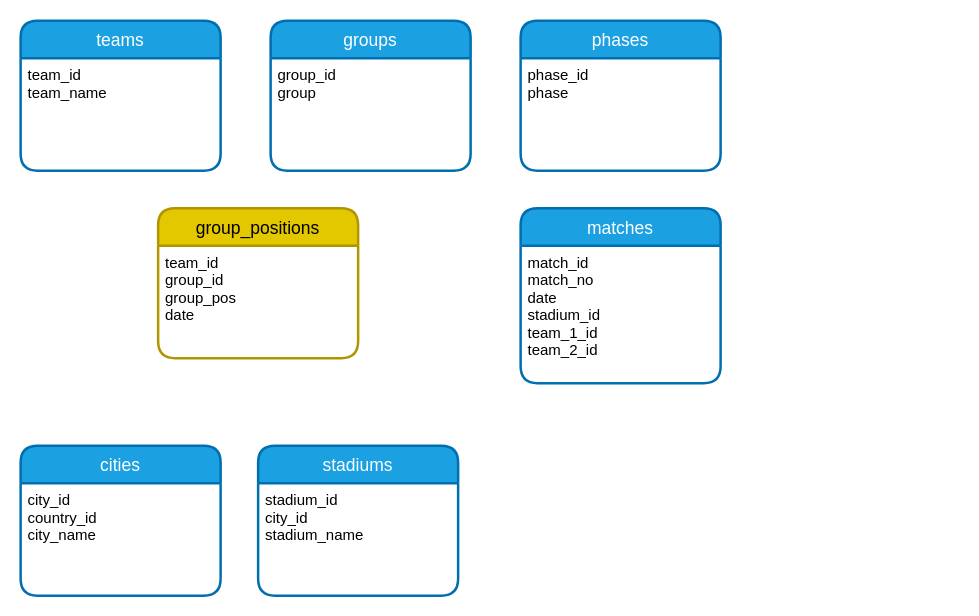
r3card0/WorldCup2022 keeps this draw.io diagram as qatar2022.drawio. Above is the earlier version. Source tidied: cells renumbered, new cells numbered last; positions are measured from the earlier drawing's top-left corner, leaving out a move shared by most shapes. Both pictures are drawn from the tidied source at 125%, with x=0, y=0 at pixel (20, 20).
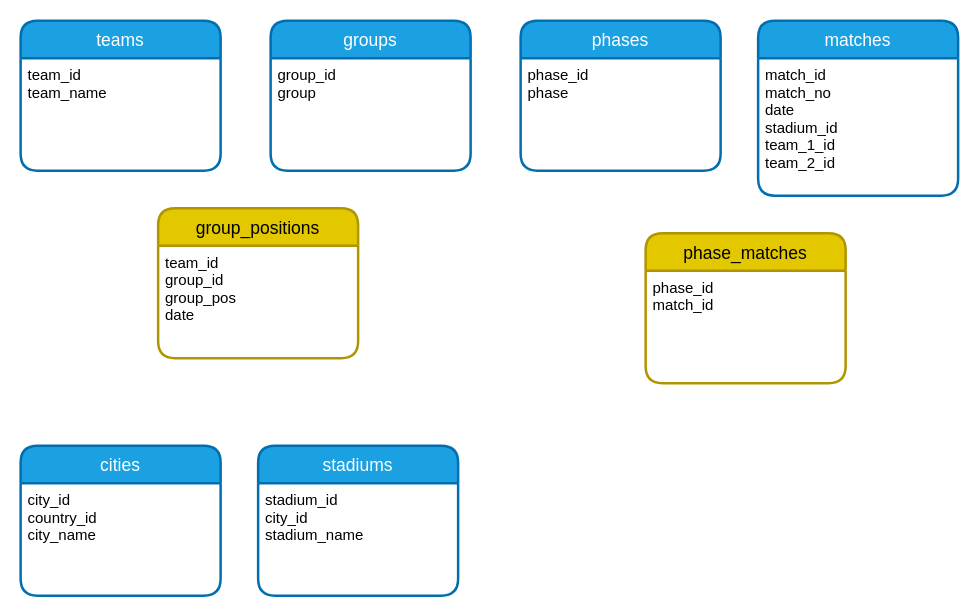
Above is the later version.

Commit message:
added phase_matches

Diff of the diagram source:
```diff
@@
 <mxGraphModel>
   <root>
     <mxCell id="0" />
     <mxCell id="1" parent="0" />
     <mxCell id="2" value="teams" style="swimlane;horizontal=1;startSize=30;rounded=1;fontSize=14;fontStyle=0;strokeWidth=2;shadow=0;dashed=0;align=center;fillColor=#1ba1e2;fontColor=#ffffff;strokeColor=#006EAF;" parent="1" vertex="1">
       <mxGeometry width="160" height="120" as="geometry" />
     </mxCell>
     <mxCell id="3" value="team_id&#10;team_name" style="align=left;strokeColor=none;fillColor=none;spacingLeft=4;fontSize=12;verticalAlign=top;" parent="2" vertex="1">
       <mxGeometry y="30" width="160" height="90" as="geometry" />
     </mxCell>
     <mxCell id="4" value="groups" style="swimlane;horizontal=1;startSize=30;rounded=1;fontSize=14;fontStyle=0;strokeWidth=2;shadow=0;dashed=0;align=center;fillColor=#1ba1e2;fontColor=#ffffff;strokeColor=#006EAF;" parent="1" vertex="1">
       <mxGeometry x="200" width="160" height="120" as="geometry" />
     </mxCell>
     <mxCell id="5" value="group_id&#10;group" style="align=left;strokeColor=none;fillColor=none;spacingLeft=4;fontSize=12;verticalAlign=top;" parent="4" vertex="1">
       <mxGeometry y="30" width="160" height="90" as="geometry" />
     </mxCell>
     <mxCell id="6" value="cities" style="swimlane;horizontal=1;startSize=30;rounded=1;fontSize=14;fontStyle=0;strokeWidth=2;shadow=0;dashed=0;align=center;fillColor=#1ba1e2;fontColor=#ffffff;strokeColor=#006EAF;" parent="1" vertex="1">
       <mxGeometry y="340" width="160" height="120" as="geometry" />
     </mxCell>
     <mxCell id="7" value="city_id&#10;country_id&#10;city_name" style="align=left;strokeColor=none;fillColor=none;spacingLeft=4;fontSize=12;verticalAlign=top;" parent="6" vertex="1">
       <mxGeometry y="30" width="160" height="90" as="geometry" />
     </mxCell>
     <mxCell id="8" value="stadiums" style="swimlane;horizontal=1;startSize=30;rounded=1;fontSize=14;fontStyle=0;strokeWidth=2;shadow=0;dashed=0;align=center;fillColor=#1ba1e2;fontColor=#ffffff;strokeColor=#006EAF;" parent="1" vertex="1">
       <mxGeometry x="190" y="340" width="160" height="120" as="geometry" />
     </mxCell>
     <mxCell id="9" value="stadium_id&#10;city_id&#10;stadium_name" style="align=left;strokeColor=none;fillColor=none;spacingLeft=4;fontSize=12;verticalAlign=top;" parent="8" vertex="1">
       <mxGeometry y="30" width="160" height="90" as="geometry" />
     </mxCell>
     <mxCell id="10" value="phases" style="swimlane;horizontal=1;startSize=30;rounded=1;fontSize=14;fontStyle=0;strokeWidth=2;shadow=0;dashed=0;align=center;fillColor=#1ba1e2;fontColor=#ffffff;strokeColor=#006EAF;" parent="1" vertex="1">
       <mxGeometry x="400" width="160" height="120" as="geometry" />
     </mxCell>
     <mxCell id="11" value="phase_id&#10;phase" style="align=left;strokeColor=none;fillColor=none;spacingLeft=4;fontSize=12;verticalAlign=top;" parent="10" vertex="1">
       <mxGeometry y="30" width="160" height="90" as="geometry" />
     </mxCell>
     <mxCell id="12" value="matches" style="swimlane;horizontal=1;startSize=30;rounded=1;fontSize=14;fontStyle=0;strokeWidth=2;shadow=0;dashed=0;align=center;fillColor=#1ba1e2;fontColor=#ffffff;strokeColor=#006EAF;" parent="1" vertex="1">
-      <mxGeometry x="400" y="150" width="160" height="140" as="geometry" />
+      <mxGeometry x="590" width="160" height="140" as="geometry" />
     </mxCell>
     <mxCell id="13" value="match_id&#10;match_no&#10;date&#10;stadium_id&#10;team_1_id&#10;team_2_id" style="align=left;strokeColor=none;fillColor=none;spacingLeft=4;fontSize=12;verticalAlign=top;" parent="12" vertex="1">
       <mxGeometry y="30" width="160" height="110" as="geometry" />
     </mxCell>
     <mxCell id="14" value="group_positions" style="swimlane;horizontal=1;startSize=30;rounded=1;fontSize=14;fontStyle=0;strokeWidth=2;shadow=0;dashed=0;align=center;fillColor=#e3c800;fontColor=#000000;strokeColor=#B09500;" parent="1" vertex="1">
       <mxGeometry x="110" y="150" width="160" height="120" as="geometry" />
     </mxCell>
     <mxCell id="15" value="team_id&#10;group_id&#10;group_pos&#10;date" style="align=left;strokeColor=none;fillColor=none;spacingLeft=4;fontSize=12;verticalAlign=top;" parent="14" vertex="1">
       <mxGeometry y="30" width="160" height="90" as="geometry" />
     </mxCell>
+    <mxCell id="16" value="phase_matches" style="swimlane;horizontal=1;startSize=30;rounded=1;fontSize=14;fontStyle=0;strokeWidth=2;shadow=0;dashed=0;align=center;fillColor=#e3c800;fontColor=#000000;strokeColor=#B09500;" parent="1" vertex="1">
+      <mxGeometry x="500" y="170" width="160" height="120" as="geometry" />
+    </mxCell>
+    <mxCell id="17" value="phase_id&#10;match_id" style="align=left;strokeColor=none;fillColor=none;spacingLeft=4;fontSize=12;verticalAlign=top;" parent="16" vertex="1">
+      <mxGeometry y="30" width="160" height="90" as="geometry" />
+    </mxCell>
   </root>
 </mxGraphModel>
```
